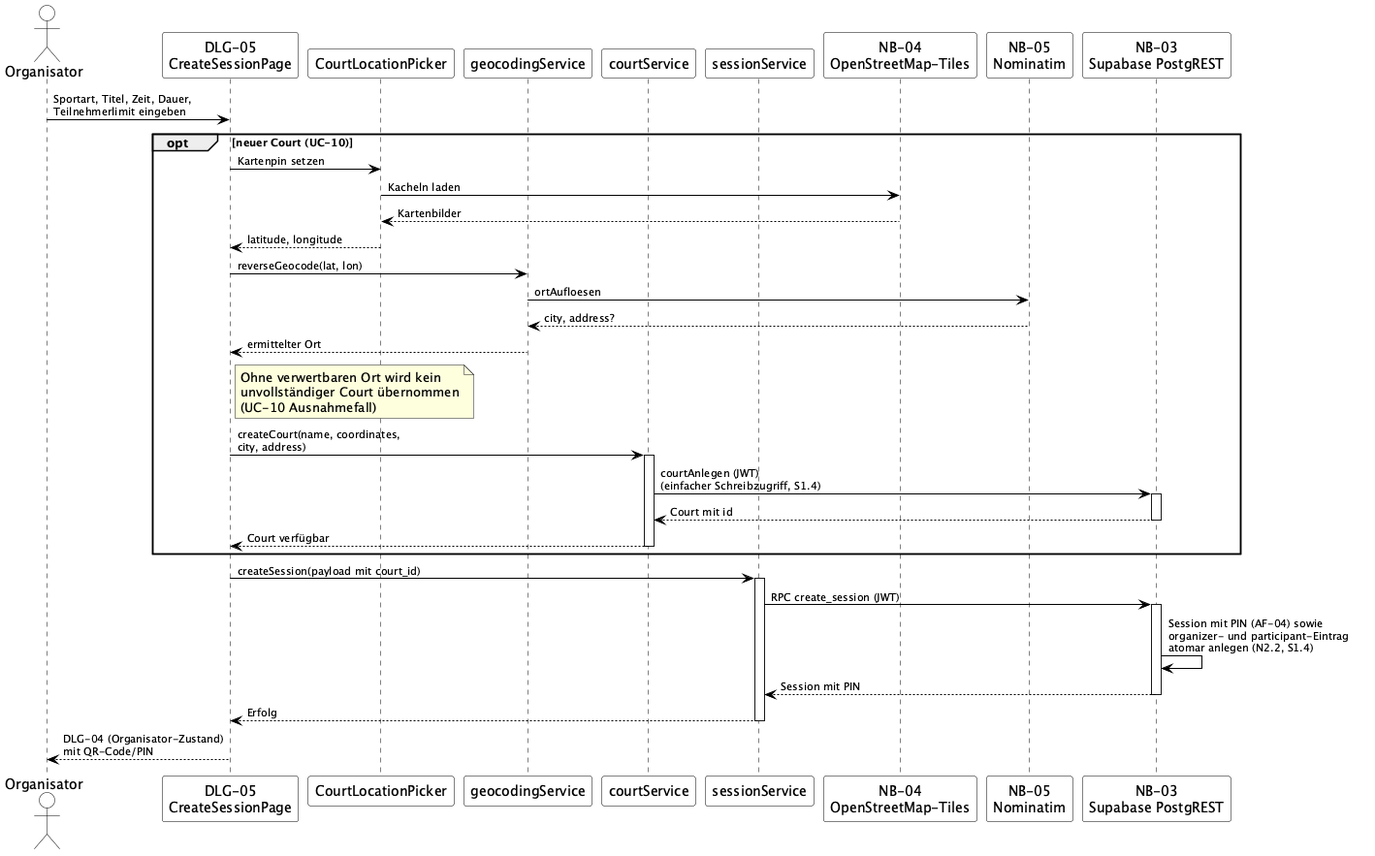
Earlier version of the PlantUML export docs/arch/diagrams-png/A06-session-und-court-erstellen.png (Finn5k/Wirtschaftsinformatik-Projekt-I).
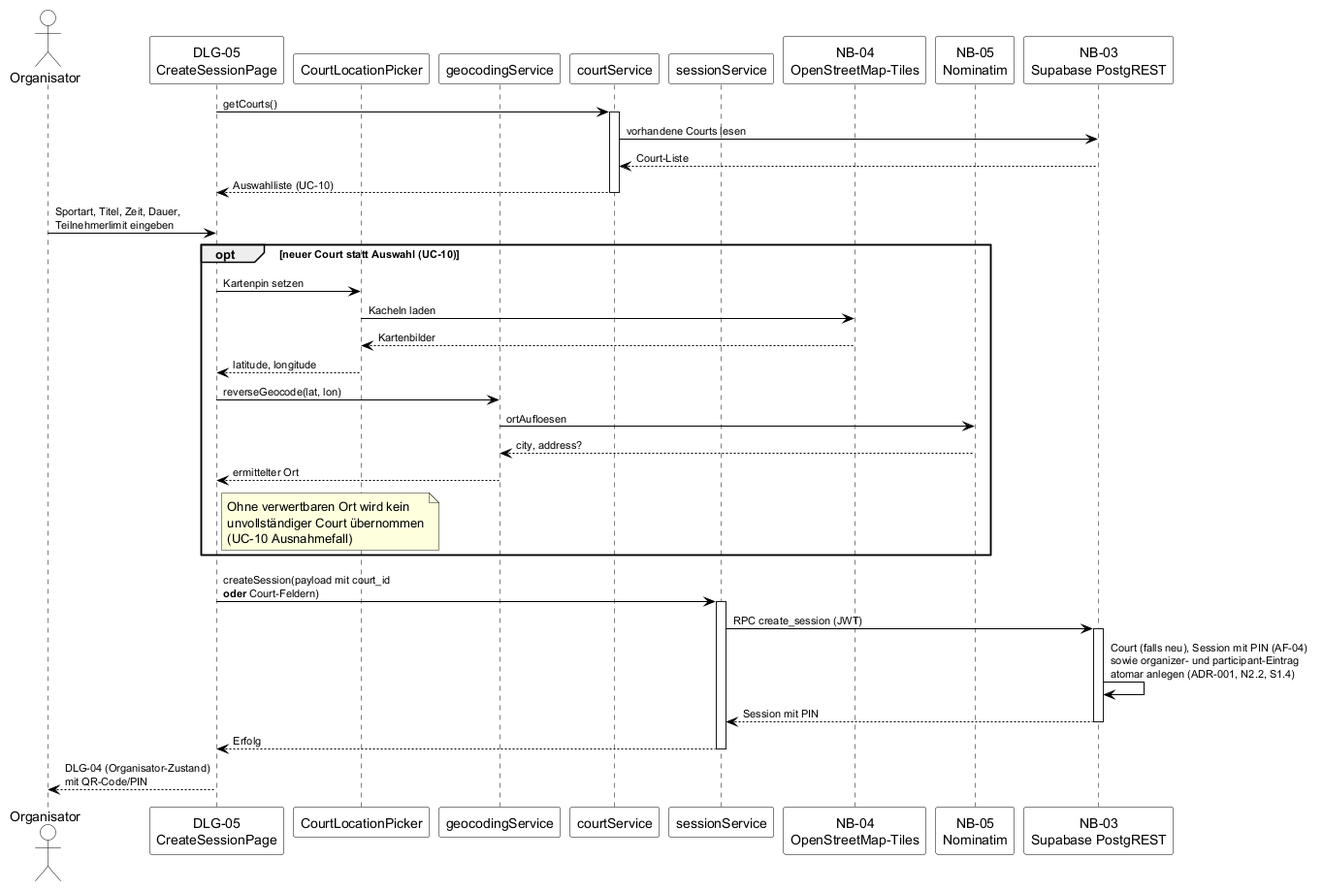
The same diagram one commit later.

What changed in the source:
```diff
@@ -21,9 +21,16 @@
 participant "NB-05\nNominatim" as Nominatim
 participant "NB-03\nSupabase PostgREST" as API
 
+Create -> CourtSvc : getCourts()
+activate CourtSvc
+CourtSvc -> API : vorhandene Courts lesen
+API --> CourtSvc : Court-Liste
+CourtSvc --> Create : Auswahlliste (UC-10)
+deactivate CourtSvc
+
 Organisator -> Create : Sportart, Titel, Zeit, Dauer,\nTeilnehmerlimit eingeben
 
-opt neuer Court (UC-10)
+opt neuer Court statt Auswahl (UC-10)
   Create -> Map : Kartenpin setzen
   Map -> OSM : Kacheln laden
   OSM --> Map : Kartenbilder
@@ -37,22 +44,13 @@
     unvollständiger Court übernommen
     (UC-10 Ausnahmefall)
   end note
-
-  Create -> CourtSvc : createCourt(name, coordinates,\ncity, address)
-  activate CourtSvc
-  CourtSvc -> API : courtAnlegen (JWT)\n(einfacher Schreibzugriff, S1.4)
-  activate API
-  API --> CourtSvc : Court mit id
-  deactivate API
-  CourtSvc --> Create : Court verfügbar
-  deactivate CourtSvc
 end
 
-Create -> Service : createSession(payload mit court_id)
+Create -> Service : createSession(payload mit court_id\n**oder** Court-Feldern)
 activate Service
 Service -> API : RPC create_session (JWT)
 activate API
-API -> API : Session mit PIN (AF-04) sowie\norganizer- und participant-Eintrag\natomar anlegen (N2.2, S1.4)
+API -> API : Court (falls neu), Session mit PIN (AF-04)\nsowie organizer- und participant-Eintrag\natomar anlegen (ADR-001, N2.2, S1.4)
 API --> Service : Session mit PIN
 deactivate API
 Service --> Create : Erfolg
```
